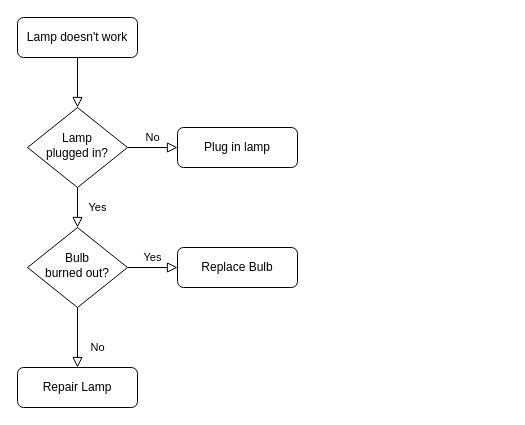
Earlier version of the draw.io diagram public/Namnlöst diagram.drawio (ErikJMossfeldt/html-projects). Source tidied: cells renumbered, new cells numbered last; positions are measured from the earlier drawing's top-left corner, leaving out a move shared by most shapes. Both pictures are drawn from the tidied source at 100%, with x=0, y=0 at pixel (17, 17).
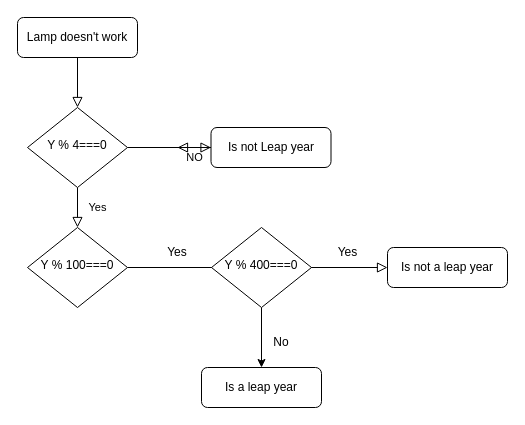
The same diagram, later.

The edit, as a diff of the source:
```diff
@@
 <mxGraphModel>
   <root>
     <mxCell id="0" />
     <mxCell id="1" parent="0" />
     <mxCell id="2" style="rounded=0;html=1;jettySize=auto;fontSize=11;endArrow=block;endFill=0;endSize=8;strokeWidth=1;shadow=0;labelBackgroundColor=none;edgeStyle=orthogonalEdgeStyle;" parent="1" edge="1" source="3" target="6">
       <mxGeometry relative="1" as="geometry" />
     </mxCell>
     <mxCell id="3" value="Lamp doesn't work" style="rounded=1;whiteSpace=wrap;html=1;fontSize=12;glass=0;strokeWidth=1;shadow=0;" parent="1" vertex="1">
       <mxGeometry width="120" height="40" as="geometry" />
     </mxCell>
     <mxCell id="4" value="Yes" style="rounded=0;html=1;jettySize=auto;fontSize=11;endArrow=block;endFill=0;endSize=8;strokeWidth=1;shadow=0;labelBackgroundColor=none;edgeStyle=orthogonalEdgeStyle;" parent="1" edge="1" source="6" target="10">
       <mxGeometry y="20" relative="1" as="geometry" />
     </mxCell>
-    <mxCell id="5" value="No" style="edgeStyle=orthogonalEdgeStyle;rounded=0;html=1;jettySize=auto;fontSize=11;endArrow=block;endFill=0;endSize=8;strokeWidth=1;shadow=0;labelBackgroundColor=none;" parent="1" edge="1" source="6" target="7">
-      <mxGeometry y="10" relative="1" as="geometry" />
+    <mxCell id="5" value="NO" style="edgeStyle=orthogonalEdgeStyle;rounded=0;html=1;jettySize=auto;fontSize=11;endArrow=block;endFill=0;endSize=8;strokeWidth=1;shadow=0;labelBackgroundColor=none;" parent="1" edge="1" source="14">
+      <mxGeometry y="10" relative="1" as="geometry">
+        <mxPoint x="160" y="130" as="targetPoint" />
+      </mxGeometry>
     </mxCell>
-    <mxCell id="6" value="Lamp&lt;br&gt;plugged in?" style="rhombus;whiteSpace=wrap;html=1;shadow=0;fontFamily=Helvetica;fontSize=12;align=center;strokeWidth=1;spacing=6;spacingTop=-4;" parent="1" vertex="1">
+    <mxCell id="6" value="&lt;div&gt;Y % 4===0&lt;/div&gt;" style="rhombus;whiteSpace=wrap;html=1;shadow=0;fontFamily=Helvetica;fontSize=12;align=center;strokeWidth=1;spacing=6;spacingTop=-4;" parent="1" vertex="1">
       <mxGeometry x="10" y="90" width="100" height="80" as="geometry" />
     </mxCell>
-    <mxCell id="7" value="Plug in lamp" style="rounded=1;whiteSpace=wrap;html=1;fontSize=12;glass=0;strokeWidth=1;shadow=0;" parent="1" vertex="1">
-      <mxGeometry x="160" y="110" width="120" height="40" as="geometry" />
-    </mxCell>
-    <mxCell id="8" value="No" style="rounded=0;html=1;jettySize=auto;fontSize=11;endArrow=block;endFill=0;endSize=8;strokeWidth=1;shadow=0;labelBackgroundColor=none;edgeStyle=orthogonalEdgeStyle;" parent="1" edge="1" source="10" target="11">
-      <mxGeometry x="0.33" y="20" relative="1" as="geometry" />
-    </mxCell>
     <mxCell id="9" value="Yes" style="edgeStyle=orthogonalEdgeStyle;rounded=0;html=1;jettySize=auto;fontSize=11;endArrow=block;endFill=0;endSize=8;strokeWidth=1;shadow=0;labelBackgroundColor=none;" parent="1" edge="1" source="10" target="12">
       <mxGeometry y="10" relative="1" as="geometry" />
     </mxCell>
-    <mxCell id="10" value="Bulb&lt;br&gt;burned out?" style="rhombus;whiteSpace=wrap;html=1;shadow=0;fontFamily=Helvetica;fontSize=12;align=center;strokeWidth=1;spacing=6;spacingTop=-4;" parent="1" vertex="1">
+    <mxCell id="10" value="Y % 100===0" style="rhombus;whiteSpace=wrap;html=1;shadow=0;fontFamily=Helvetica;fontSize=12;align=center;strokeWidth=1;spacing=6;spacingTop=-4;" parent="1" vertex="1">
       <mxGeometry x="10" y="210" width="100" height="80" as="geometry" />
     </mxCell>
-    <mxCell id="11" value="Repair Lamp" style="rounded=1;whiteSpace=wrap;html=1;fontSize=12;glass=0;strokeWidth=1;shadow=0;" parent="1" vertex="1">
-      <mxGeometry y="350" width="120" height="40" as="geometry" />
-    </mxCell>
-    <mxCell id="12" value="Replace Bulb" style="rounded=1;whiteSpace=wrap;html=1;fontSize=12;glass=0;strokeWidth=1;shadow=0;" parent="1" vertex="1">
-      <mxGeometry x="160" y="230" width="120" height="40" as="geometry" />
+    <mxCell id="12" value="Is not a leap year" style="rounded=1;whiteSpace=wrap;html=1;fontSize=12;glass=0;strokeWidth=1;shadow=0;" parent="1" vertex="1">
+      <mxGeometry x="370" y="230" width="120" height="40" as="geometry" />
     </mxCell>
+    <mxCell id="13" style="edgeStyle=orthogonalEdgeStyle;rounded=0;html=1;jettySize=auto;fontSize=11;endArrow=block;endFill=0;endSize=8;strokeWidth=1;shadow=0;labelBackgroundColor=none;" parent="1" edge="1" source="6" target="14">
+      <mxGeometry y="10" relative="1" as="geometry" />
+    </mxCell>
+    <mxCell id="14" value="Is not Leap year" style="rounded=1;whiteSpace=wrap;html=1;fontSize=12;glass=0;strokeWidth=1;shadow=0;" parent="1" vertex="1">
+      <mxGeometry x="193.5" y="110" width="120" height="40" as="geometry" />
+    </mxCell>
+    <mxCell id="15" style="edgeStyle=orthogonalEdgeStyle;rounded=0;jettySize=auto;html=1;entryX=0.5;entryY=0;entryDx=0;entryDy=0;" parent="1" edge="1" source="16" target="19">
+      <mxGeometry relative="1" as="geometry" />
+    </mxCell>
+    <mxCell id="16" value="Y % 400===0" style="rhombus;whiteSpace=wrap;html=1;shadow=0;fontFamily=Helvetica;fontSize=12;align=center;strokeWidth=1;spacing=6;spacingTop=-4;" parent="1" vertex="1">
+      <mxGeometry x="194" y="210" width="100" height="80" as="geometry" />
+    </mxCell>
+    <mxCell id="17" value="Yes" style="text;html=1;align=center;verticalAlign=middle;whiteSpace=wrap;rounded=0;" parent="1" vertex="1">
+      <mxGeometry x="130" y="220" width="60" height="30" as="geometry" />
+    </mxCell>
+    <mxCell id="18" value="Yes" style="text;html=1;align=center;verticalAlign=middle;strokeColor=none;fillColor=none;" parent="1" vertex="1">
+      <mxGeometry x="310" y="220" width="40" height="30" as="geometry" />
+    </mxCell>
+    <mxCell id="19" value="Is a leap year" style="rounded=1;whiteSpace=wrap;html=1;fontSize=12;glass=0;strokeWidth=1;shadow=0;" parent="1" vertex="1">
+      <mxGeometry x="184" y="350" width="120" height="40" as="geometry" />
+    </mxCell>
+    <mxCell id="8" value="No" style="text;html=1;align=center;verticalAlign=middle;whiteSpace=wrap;rounded=0;" parent="1" vertex="1">
+      <mxGeometry x="234" y="310" width="60" height="30" as="geometry" />
+    </mxCell>
   </root>
 </mxGraphModel>
```
